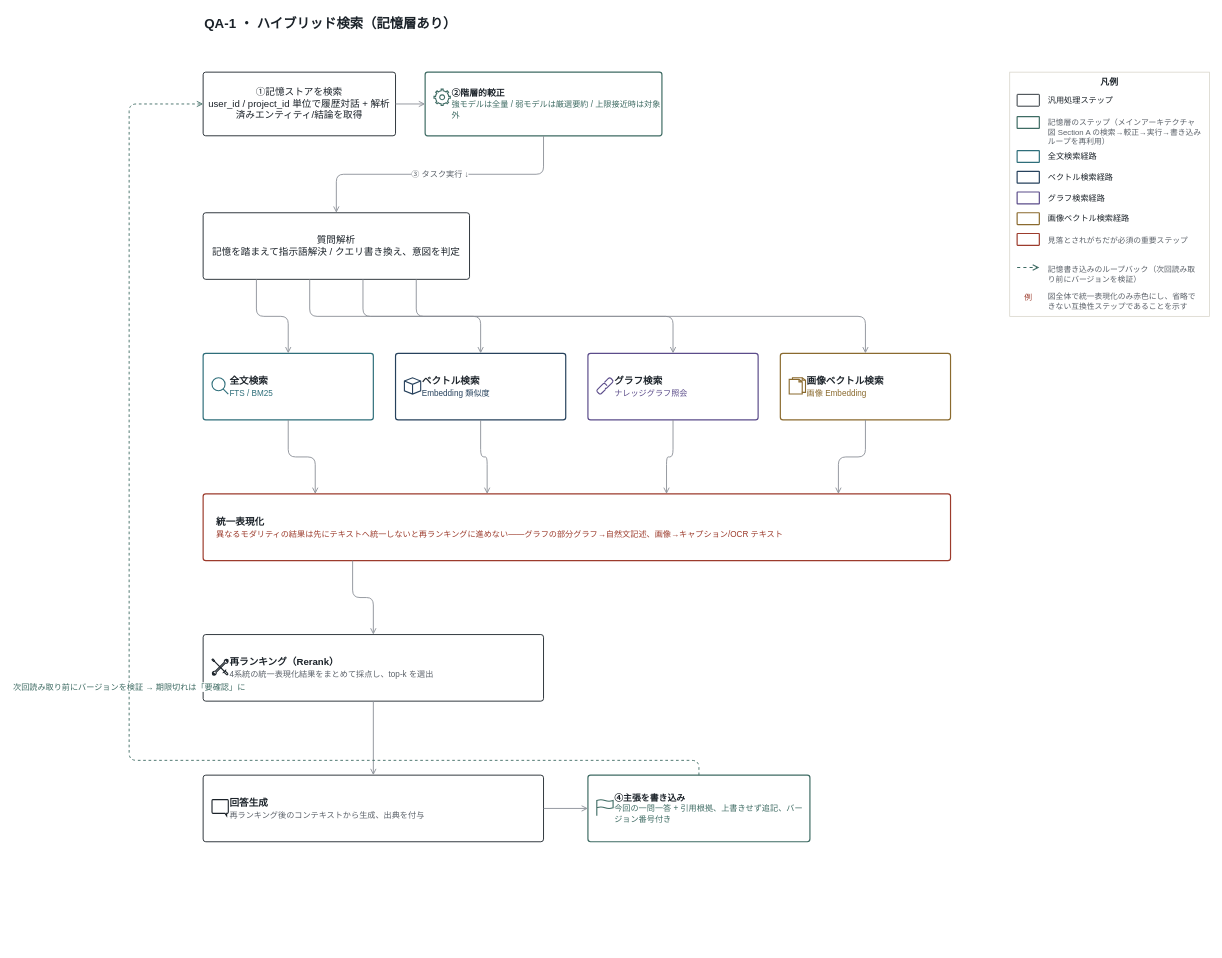
tiand23/AICompass keeps this draw.io diagram as docs/public/diagrams/qa-01-hybrid-retrieval-ja.drawio. Above is the earlier version. Source tidied: cells renumbered, new cells numbered last; positions are measured from the earlier drawing's top-left corner, leaving out a move shared by most shapes. Both pictures are drawn from the tidied source at 74%, with x=0, y=0 at pixel (129, 13).
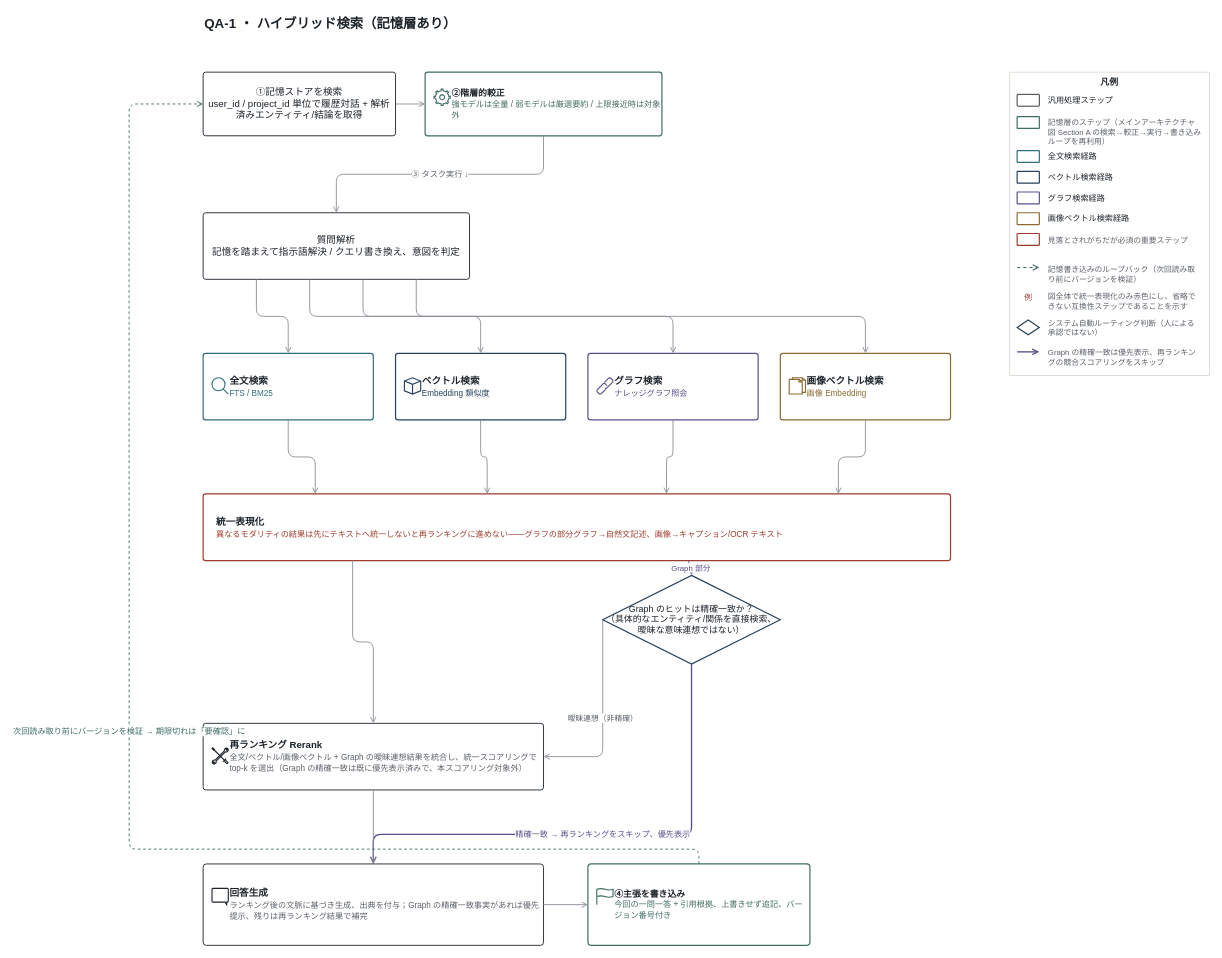
After the change.

The change refers to these unchanged cells:
```xml
<mxCell id="3" value="①記憶ストアを検索&#10;user_id / project_id 単位で履歴対話 + 解析済みエンティティ/結論を取得" style="rounded=1;arcSize=4;whiteSpace=wrap;html=1;fillColor=#FFFFFF;strokeColor=#1B2229;strokeWidth=1.2;fontSize=13;fontColor=#1B2229;fontFamily=Helvetica;" parent="1" vertex="1">
  <mxGeometry x="100" y="80" width="260" height="86" as="geometry" />
</mxCell>
<mxCell id="21" value="&lt;b&gt;統一表現化&lt;/b&gt;&lt;br&gt;&lt;font color=#9C3B2C style=&quot;font-size:11px&quot;&gt;異なるモダリティの結果は先にテキストへ統一しないと再ランキングに進めない——グラフの部分グラフ→自然文記述、画像→キャプション/OCR テキスト&lt;/font&gt;" style="rounded=1;arcSize=4;whiteSpace=wrap;html=1;fillColor=#FFFFFF;strokeColor=#9C3B2C;strokeWidth=1.6;align=left;verticalAlign=middle;spacingLeft=16;fontSize=13;fontColor=#1B2229;fontFamily=Helvetica;" parent="1" vertex="1">
  <mxGeometry x="100" y="650" width="1010" height="90" as="geometry" />
</mxCell>
```

Diff of the diagram source:
```diff
@@
-    <mxCell id="26" value="&lt;b&gt;再ランキング（Rerank）&lt;/b&gt;&lt;br&gt;&lt;font color=#5B6169 style=&quot;font-size:11px&quot;&gt;4系統の統一表現化結果をまとめて採点し、top-k を選出&lt;/font&gt;" style="rounded=1;arcSize=4;whiteSpace=wrap;html=1;fillColor=#FFFFFF;strokeColor=#1B2229;strokeWidth=1.2;align=left;verticalAlign=middle;spacingLeft=34;fontSize=13;fontColor=#1B2229;fontFamily=Helvetica;" parent="1" vertex="1">
-      <mxGeometry x="100" y="840" width="460" height="90" as="geometry" />
+    <mxCell id="26" value="&lt;b&gt;再ランキング Rerank&lt;/b&gt;&lt;br&gt;&lt;font color=#5B6169 style=&quot;font-size:11px&quot;&gt;全文/ベクトル/画像ベクトル + Graph の曖昧連想結果を統合し、統一スコアリングで top-k を選出（Graph の精確一致は既に優先表示済みで、本スコアリング対象外）&lt;/font&gt;" style="rounded=1;arcSize=4;whiteSpace=wrap;html=1;fillColor=#FFFFFF;strokeColor=#1B2229;strokeWidth=1.2;align=left;verticalAlign=middle;spacingLeft=34;fontSize=13;fontColor=#1B2229;fontFamily=Helvetica;" parent="1" vertex="1">
+      <mxGeometry x="100" y="960" width="460" height="90" as="geometry" />
     </mxCell>
     <mxCell id="27" style="shape=mxgraph.ios7.icons.tools;html=1;strokeColor=#1B2229;fillColor=none;strokeWidth=1.5;" parent="1" vertex="1">
-      <mxGeometry x="112" y="873" width="22" height="22" as="geometry" />
+      <mxGeometry x="112" y="993" width="22" height="22" as="geometry" />
     </mxCell>
@@
+    <mxCell id="55" value="Graph のヒットは精確一致か？&#10;（具体的なエンティティ/関係を直接検索、曖昧な意味連想ではない）" style="rhombus;whiteSpace=wrap;html=1;fillColor=#FFFFFF;strokeColor=#26415C;strokeWidth=1.6;fontSize=12;fontColor=#1B2229;fontFamily=Helvetica;" parent="1" vertex="1">
+      <mxGeometry x="640" y="760" width="240" height="120" as="geometry" />
+    </mxCell>
+    <mxCell id="56" value="Graph 部分" style="edgeStyle=orthogonalEdgeStyle;rounded=1;html=1;strokeWidth=1.2;strokeColor=#5B4C8A;fontColor=#5B4C8A;endArrow=open;endFill=0;exitX=0.65;exitY=1;entryX=0.5;entryY=0;labelBackgroundColor=#FFFFFF;fontSize=10.5;" parent="1" edge="1" source="21" target="55">
+      <mxGeometry relative="1" as="geometry" />
+    </mxCell>
+    <mxCell id="57" value="曖昧連想（非精確）" style="edgeStyle=orthogonalEdgeStyle;rounded=1;html=1;strokeWidth=1.2;strokeColor=#8A8F96;fontColor=#5B6169;endArrow=open;endFill=0;exitX=0;exitY=0.5;entryX=1;entryY=0.5;labelBackgroundColor=#FFFFFF;fontSize=10.5;" parent="1" edge="1" source="55" target="26">
+      <mxGeometry relative="1" as="geometry">
+        <Array as="points">
+          <mxPoint x="640" y="1005" />
+        </Array>
+      </mxGeometry>
+    </mxCell>
+    <mxCell id="58" value="精確一致 → 再ランキングをスキップ、優先表示" style="edgeStyle=orthogonalEdgeStyle;rounded=1;html=1;strokeWidth=1.8;strokeColor=#5B4C8A;fontColor=#5B4C8A;endArrow=open;endFill=0;exitX=0.5;exitY=1;entryX=0.5;entryY=0;labelBackgroundColor=#FFFFFF;fontSize=11;" parent="1" edge="1" source="55" target="29">
+      <mxGeometry relative="1" as="geometry">
+        <Array as="points">
+          <mxPoint x="760" y="1110" />
+          <mxPoint x="330" y="1110" />
+        </Array>
+      </mxGeometry>
+    </mxCell>
-    <mxCell id="29" value="&lt;b&gt;回答生成&lt;/b&gt;&lt;br&gt;&lt;font color=#5B6169 style=&quot;font-size:11px&quot;&gt;再ランキング後のコンテキストから生成、出典を付与&lt;/font&gt;" style="rounded=1;arcSize=4;whiteSpace=wrap;html=1;fillColor=#FFFFFF;strokeColor=#1B2229;strokeWidth=1.2;align=left;verticalAlign=middle;spacingLeft=34;fontSize=13;fontColor=#1B2229;fontFamily=Helvetica;" parent="1" vertex="1">
-      <mxGeometry x="100" y="1030" width="460" height="90" as="geometry" />
+    <mxCell id="29" value="&lt;b&gt;回答生成&lt;/b&gt;&lt;br&gt;&lt;font color=#5B6169 style=&quot;font-size:11px&quot;&gt;ランキング後の文脈に基づき生成、出典を付与；Graph の精確一致事実があれば優先提示、残りは再ランキング結果で補完&lt;/font&gt;" style="rounded=1;arcSize=4;whiteSpace=wrap;html=1;fillColor=#FFFFFF;strokeColor=#1B2229;strokeWidth=1.2;align=left;verticalAlign=middle;spacingLeft=34;fontSize=13;fontColor=#1B2229;fontFamily=Helvetica;" parent="1" vertex="1">
+      <mxGeometry x="100" y="1150" width="460" height="110" as="geometry" />
     </mxCell>
     <mxCell id="30" style="shape=mxgraph.ios7.icons.message;html=1;strokeColor=#1B2229;fillColor=none;strokeWidth=1.5;" parent="1" vertex="1">
-      <mxGeometry x="112" y="1063" width="22" height="22" as="geometry" />
+      <mxGeometry x="112" y="1183" width="22" height="22" as="geometry" />
     </mxCell>
@@
     <mxCell id="32" value="&lt;b&gt;④主張を書き込み&lt;/b&gt;&lt;br&gt;&lt;font color=#3E6B63 style=&quot;font-size:11px&quot;&gt;今回の一問一答 + 引用根拠、上書きせず追記、バージョン番号付き&lt;/font&gt;" style="rounded=1;arcSize=4;whiteSpace=wrap;html=1;fillColor=#FFFFFF;strokeColor=#3E6B63;strokeWidth=1.6;align=left;verticalAlign=middle;spacingLeft=34;fontSize=12;fontColor=#1B2229;fontFamily=Helvetica;" parent="1" vertex="1">
-      <mxGeometry x="620" y="1030" width="300" height="90" as="geometry" />
+      <mxGeometry x="620" y="1150" width="300" height="110" as="geometry" />
     </mxCell>
     <mxCell id="33" style="shape=mxgraph.ios7.icons.flag;html=1;strokeColor=#3E6B63;fillColor=none;strokeWidth=1.5;" parent="1" vertex="1">
-      <mxGeometry x="632" y="1063" width="22" height="22" as="geometry" />
+      <mxGeometry x="632" y="1183" width="22" height="22" as="geometry" />
     </mxCell>
@@
     <mxCell id="35" value="次回読み取り前にバージョンを検証 → 期限切れは「要確認」に" style="edgeStyle=orthogonalEdgeStyle;rounded=1;html=1;dashed=1;strokeWidth=1.2;strokeColor=#3E6B63;fontColor=#3E6B63;endArrow=open;endFill=0;exitX=0.5;exitY=0;entryX=0;entryY=0.5;labelBackgroundColor=#FFFFFF;fontSize=11;" parent="1" edge="1" source="32" target="3">
       <mxGeometry relative="1" as="geometry">
         <Array as="points">
-          <mxPoint x="770" y="1010" />
-          <mxPoint y="1010" />
+          <mxPoint x="770" y="1130" />
+          <mxPoint y="1130" />
           <mxPoint y="123" />
         </Array>
       </mxGeometry>
     </mxCell>
     <mxCell id="36" value="凡例" style="rounded=0;whiteSpace=wrap;html=1;fillColor=none;strokeColor=#D6D3C8;verticalAlign=top;fontStyle=1;fontSize=12;fontColor=#1B2229;fontFamily=Helvetica;" parent="1" vertex="1">
-      <mxGeometry x="1190" y="80" width="270" height="330" as="geometry" />
+      <mxGeometry x="1190" y="80" width="270" height="410" as="geometry" />
     </mxCell>
@@
+    <mxCell id="59" style="rhombus;html=1;fillColor=#FFFFFF;strokeColor=#26415C;strokeWidth=1.6;" parent="36" vertex="1">
+      <mxGeometry x="10" y="335" width="30" height="20" as="geometry" />
+    </mxCell>
+    <mxCell id="60" value="システム自動ルーティング判断（人による承認ではない）" style="text;html=1;whiteSpace=wrap;align=left;verticalAlign=middle;fontSize=10.5;fontColor=#5B6169;fontFamily=Helvetica;" parent="36" vertex="1">
+      <mxGeometry x="50" y="330" width="210" height="30" as="geometry" />
+    </mxCell>
+    <mxCell id="61" style="html=1;endArrow=open;endFill=0;strokeWidth=1.8;strokeColor=#5B4C8A;" parent="36" edge="1">
+      <mxGeometry relative="1" as="geometry">
+        <mxPoint x="10" y="378" as="sourcePoint" />
+        <mxPoint x="40" y="378" as="targetPoint" />
+      </mxGeometry>
+    </mxCell>
+    <mxCell id="62" value="Graph の精確一致は優先表示、再ランキングの競合スコアリングをスキップ" style="text;html=1;whiteSpace=wrap;align=left;verticalAlign=middle;fontSize=10.5;fontColor=#5B6169;fontFamily=Helvetica;" parent="36" vertex="1">
+      <mxGeometry x="50" y="368" width="210" height="34" as="geometry" />
+    </mxCell>
```
